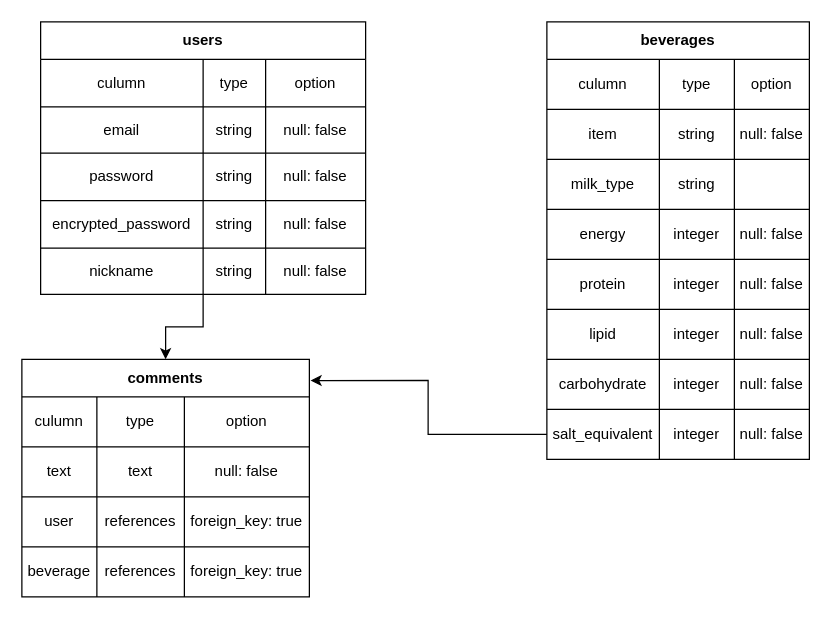
Earlier version of the draw.io diagram ER.dio (TAKAE1117/starbucks-calorie-app). Source tidied: cells renumbered, new cells numbered last; positions are measured from the earlier drawing's top-left corner, leaving out a move shared by most shapes. Both pictures are drawn from the tidied source at 125%, with x=0, y=0 at pixel (21, 21).
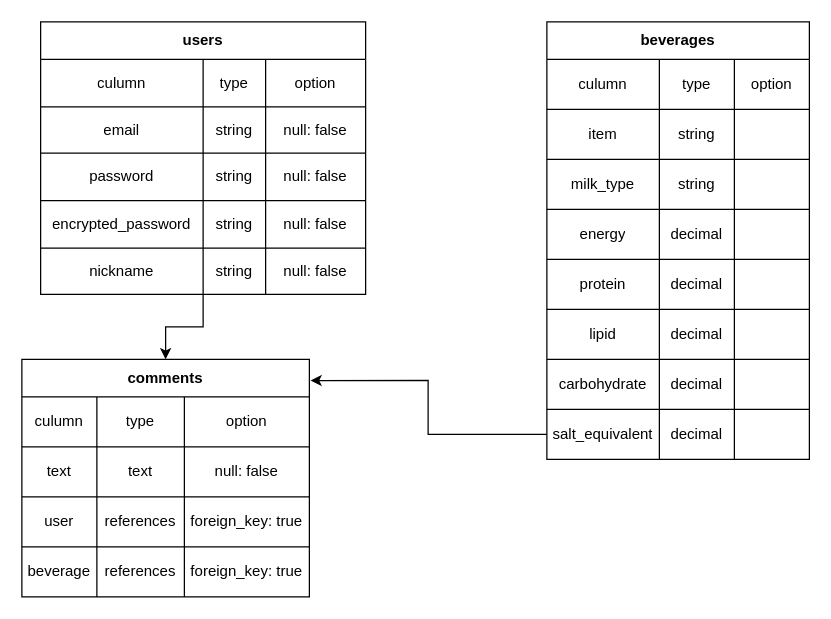
The same page after the edit.

Commit message (it also covers changes not shown here):
change to decimal type

The change refers to these unchanged cells:
```xml
<mxCell id="29" style="shape=partialRectangle;html=1;whiteSpace=wrap;fillColor=none;top=0;left=0;bottom=0;right=0;" parent="24" vertex="1">
  <mxGeometry y="70" width="210" height="40" as="geometry" />
</mxCell>
<mxCell id="37" style="shape=partialRectangle;html=1;whiteSpace=wrap;fillColor=none;top=0;left=0;bottom=0;right=0;" parent="24" vertex="1">
  <mxGeometry y="150" width="210" height="40" as="geometry" />
</mxCell>
<mxCell id="41" style="shape=partialRectangle;html=1;whiteSpace=wrap;fillColor=none;top=0;left=0;bottom=0;right=0;" parent="24" vertex="1">
  <mxGeometry y="190" width="210" height="40" as="geometry" />
</mxCell>
<mxCell id="45" style="shape=partialRectangle;html=1;whiteSpace=wrap;fillColor=none;top=0;left=0;bottom=0;right=0;" parent="24" vertex="1">
  <mxGeometry y="230" width="210" height="40" as="geometry" />
</mxCell>
<mxCell id="49" style="shape=partialRectangle;html=1;whiteSpace=wrap;fillColor=none;top=0;left=0;bottom=0;right=0;" parent="24" vertex="1">
  <mxGeometry y="270" width="210" height="40" as="geometry" />
</mxCell>
<mxCell id="53" style="shape=partialRectangle;html=1;whiteSpace=wrap;fillColor=none;top=0;left=0;bottom=0;right=0;points=[[0,0.5],[1,0.5]];portConstraint=eastwest;" parent="24" vertex="1">
  <mxGeometry y="310" width="210" height="40" as="geometry" />
</mxCell>
```

What changed in the source:
```diff
@@
-    <mxCell id="32" value="null: false" style="shape=partialRectangle;html=1;whiteSpace=wrap;fillColor=none;top=0;left=0;bottom=0;right=0;overflow=hidden;" parent="29" vertex="1">
+    <mxCell id="32" style="shape=partialRectangle;html=1;whiteSpace=wrap;fillColor=none;top=0;left=0;bottom=0;right=0;overflow=hidden;" parent="29" vertex="1">
       <mxGeometry x="150" width="60" height="40" as="geometry" />
     </mxCell>
@@
-    <mxCell id="39" value="integer" style="shape=partialRectangle;html=1;whiteSpace=wrap;fillColor=none;top=0;left=0;bottom=0;right=0;overflow=hidden;" parent="37" vertex="1">
+    <mxCell id="39" value="decimal" style="shape=partialRectangle;html=1;whiteSpace=wrap;fillColor=none;top=0;left=0;bottom=0;right=0;overflow=hidden;" parent="37" vertex="1">
       <mxGeometry x="90" width="60" height="40" as="geometry" />
     </mxCell>
-    <mxCell id="40" value="&lt;span&gt;null: false&lt;/span&gt;" style="shape=partialRectangle;html=1;whiteSpace=wrap;fillColor=none;top=0;left=0;bottom=0;right=0;overflow=hidden;" parent="37" vertex="1">
+    <mxCell id="40" style="shape=partialRectangle;html=1;whiteSpace=wrap;fillColor=none;top=0;left=0;bottom=0;right=0;overflow=hidden;" parent="37" vertex="1">
       <mxGeometry x="150" width="60" height="40" as="geometry" />
     </mxCell>
@@
-    <mxCell id="43" value="integer" style="shape=partialRectangle;html=1;whiteSpace=wrap;fillColor=none;top=0;left=0;bottom=0;right=0;overflow=hidden;" parent="41" vertex="1">
+    <mxCell id="43" value="decimal" style="shape=partialRectangle;html=1;whiteSpace=wrap;fillColor=none;top=0;left=0;bottom=0;right=0;overflow=hidden;" parent="41" vertex="1">
       <mxGeometry x="90" width="60" height="40" as="geometry" />
     </mxCell>
-    <mxCell id="44" value="&lt;span&gt;null: false&lt;/span&gt;" style="shape=partialRectangle;html=1;whiteSpace=wrap;fillColor=none;top=0;left=0;bottom=0;right=0;overflow=hidden;" parent="41" vertex="1">
+    <mxCell id="44" style="shape=partialRectangle;html=1;whiteSpace=wrap;fillColor=none;top=0;left=0;bottom=0;right=0;overflow=hidden;" parent="41" vertex="1">
       <mxGeometry x="150" width="60" height="40" as="geometry" />
     </mxCell>
@@
-    <mxCell id="47" value="integer" style="shape=partialRectangle;html=1;whiteSpace=wrap;fillColor=none;top=0;left=0;bottom=0;right=0;overflow=hidden;" parent="45" vertex="1">
+    <mxCell id="47" value="decimal" style="shape=partialRectangle;html=1;whiteSpace=wrap;fillColor=none;top=0;left=0;bottom=0;right=0;overflow=hidden;" parent="45" vertex="1">
       <mxGeometry x="90" width="60" height="40" as="geometry" />
     </mxCell>
-    <mxCell id="48" value="&lt;span&gt;null: false&lt;/span&gt;" style="shape=partialRectangle;html=1;whiteSpace=wrap;fillColor=none;top=0;left=0;bottom=0;right=0;overflow=hidden;" parent="45" vertex="1">
+    <mxCell id="48" style="shape=partialRectangle;html=1;whiteSpace=wrap;fillColor=none;top=0;left=0;bottom=0;right=0;overflow=hidden;" parent="45" vertex="1">
       <mxGeometry x="150" width="60" height="40" as="geometry" />
     </mxCell>
@@
-    <mxCell id="51" value="integer" style="shape=partialRectangle;html=1;whiteSpace=wrap;fillColor=none;top=0;left=0;bottom=0;right=0;overflow=hidden;" parent="49" vertex="1">
+    <mxCell id="51" value="decimal" style="shape=partialRectangle;html=1;whiteSpace=wrap;fillColor=none;top=0;left=0;bottom=0;right=0;overflow=hidden;" parent="49" vertex="1">
       <mxGeometry x="90" width="60" height="40" as="geometry" />
     </mxCell>
-    <mxCell id="52" value="&lt;span&gt;null: false&lt;/span&gt;" style="shape=partialRectangle;html=1;whiteSpace=wrap;fillColor=none;top=0;left=0;bottom=0;right=0;overflow=hidden;" parent="49" vertex="1">
+    <mxCell id="52" style="shape=partialRectangle;html=1;whiteSpace=wrap;fillColor=none;top=0;left=0;bottom=0;right=0;overflow=hidden;" parent="49" vertex="1">
       <mxGeometry x="150" width="60" height="40" as="geometry" />
     </mxCell>
@@
-    <mxCell id="55" value="integer" style="shape=partialRectangle;html=1;whiteSpace=wrap;fillColor=none;top=0;left=0;bottom=0;right=0;overflow=hidden;" parent="53" vertex="1">
+    <mxCell id="55" value="decimal" style="shape=partialRectangle;html=1;whiteSpace=wrap;fillColor=none;top=0;left=0;bottom=0;right=0;overflow=hidden;" parent="53" vertex="1">
       <mxGeometry x="90" width="60" height="40" as="geometry" />
     </mxCell>
-    <mxCell id="56" value="&lt;span&gt;null: false&lt;/span&gt;" style="shape=partialRectangle;html=1;whiteSpace=wrap;fillColor=none;top=0;left=0;bottom=0;right=0;overflow=hidden;" parent="53" vertex="1">
+    <mxCell id="56" style="shape=partialRectangle;html=1;whiteSpace=wrap;fillColor=none;top=0;left=0;bottom=0;right=0;overflow=hidden;" parent="53" vertex="1">
       <mxGeometry x="150" width="60" height="40" as="geometry" />
     </mxCell>
```
